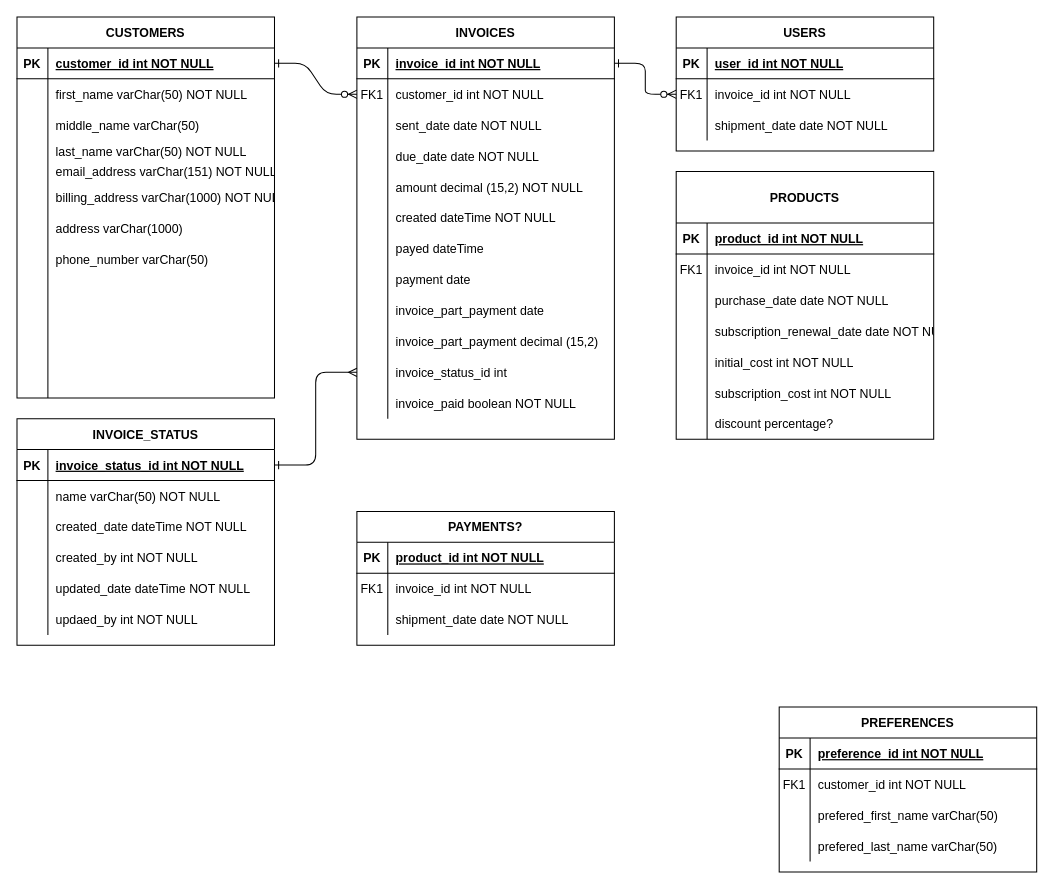
The draw.io diagram Untitled Diagram.drawio in alexei-garrow/hey-about-that, before the edit. Source tidied: cells renumbered, new cells numbered last; positions are measured from the earlier drawing's top-left corner, leaving out a move shared by most shapes. Both pictures are drawn from the tidied source at 103%, with x=0, y=0 at pixel (16, 16).
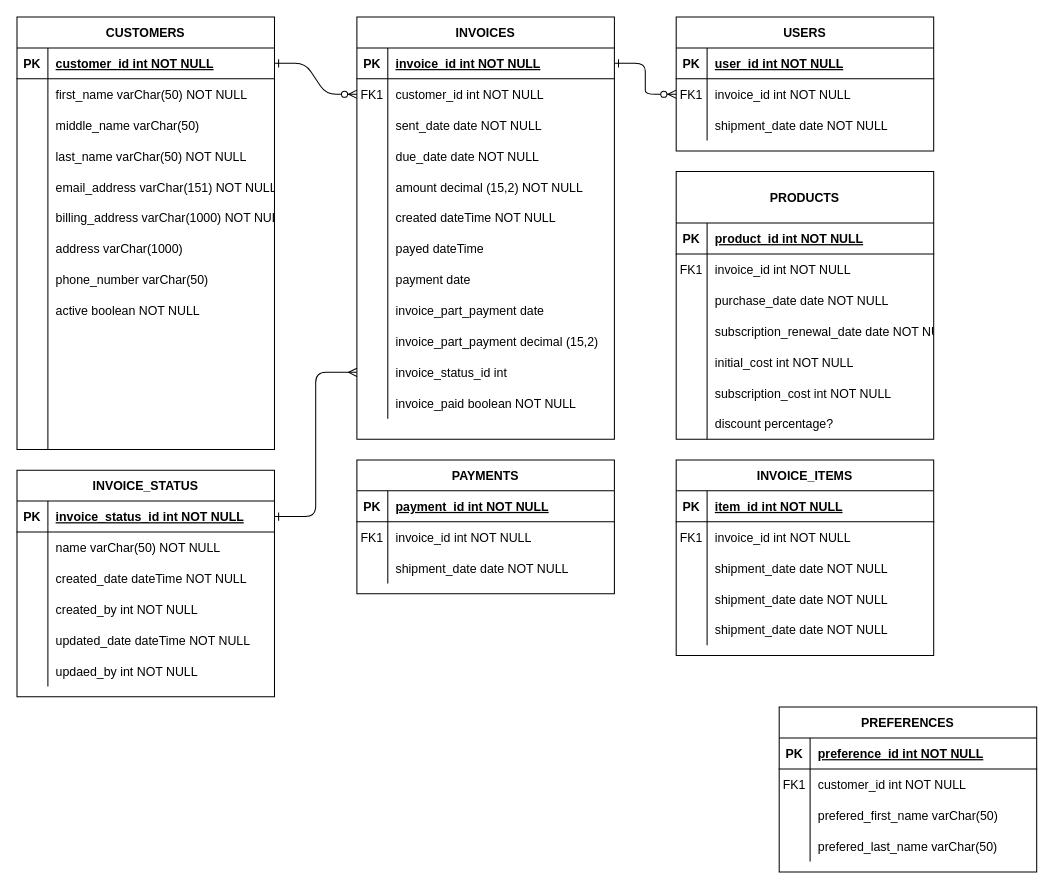
The same page after the edit.

The change refers to these unchanged cells:
```xml
<mxCell id="111" style="shape=partialRectangle;fillColor=none;top=0;left=0;right=0;bottom=1;" parent="110" vertex="1">
  <mxGeometry y="30" width="250" height="30" as="geometry" />
</mxCell>
```

What changed in the source:
```diff
@@
     <mxCell id="51" value="CUSTOMERS" style="shape=table;startSize=30;childLayout=tableLayout;rowLines=0;fontStyle=1;align=center;" parent="1" vertex="1">
-      <mxGeometry width="250" height="370" as="geometry" />
+      <mxGeometry width="250" height="420" as="geometry" />
     </mxCell>
@@
     <mxCell id="61" style="shape=partialRectangle;fillColor=none;top=0;left=0;right=0;bottom=0;" parent="51" vertex="1">
-      <mxGeometry y="120" width="250" height="20" as="geometry" />
+      <mxGeometry y="120" width="250" height="30" as="geometry" />
     </mxCell>
     <mxCell id="62" style="shape=partialRectangle;overflow=hidden;fillColor=none;top=0;left=0;bottom=0;right=0;" parent="61" vertex="1">
-      <mxGeometry width="30" height="20" as="geometry" />
+      <mxGeometry width="30" height="30" as="geometry" />
     </mxCell>
     <mxCell id="63" value="last_name varChar(50) NOT NULL" style="shape=partialRectangle;overflow=hidden;fillColor=none;top=0;left=0;bottom=0;right=0;align=left;spacingLeft=6;" parent="61" vertex="1">
-      <mxGeometry x="30" width="220" height="20" as="geometry" />
+      <mxGeometry x="30" width="220" height="30" as="geometry" />
     </mxCell>
     <mxCell id="64" style="shape=partialRectangle;fillColor=none;top=0;left=0;right=0;bottom=0;" parent="51" vertex="1">
-      <mxGeometry y="140" width="250" height="20" as="geometry" />
+      <mxGeometry y="150" width="250" height="30" as="geometry" />
     </mxCell>
     <mxCell id="65" style="shape=partialRectangle;overflow=hidden;fillColor=none;top=0;left=0;bottom=0;right=0;" parent="64" vertex="1">
-      <mxGeometry width="30" height="20" as="geometry" />
+      <mxGeometry width="30" height="30" as="geometry" />
     </mxCell>
     <mxCell id="66" value="email_address varChar(151) NOT NULL" style="shape=partialRectangle;overflow=hidden;fillColor=none;top=0;left=0;bottom=0;right=0;align=left;spacingLeft=6;" parent="64" vertex="1">
-      <mxGeometry x="30" width="220" height="20" as="geometry" />
+      <mxGeometry x="30" width="220" height="30" as="geometry" />
     </mxCell>
     <mxCell id="67" style="shape=partialRectangle;fillColor=none;top=0;left=0;right=0;bottom=0;" parent="51" vertex="1">
-      <mxGeometry y="160" width="250" height="30" as="geometry" />
+      <mxGeometry y="180" width="250" height="30" as="geometry" />
     </mxCell>
@@
     <mxCell id="70" style="shape=partialRectangle;fillColor=none;top=0;left=0;right=0;bottom=0;" parent="51" vertex="1">
-      <mxGeometry y="190" width="250" height="30" as="geometry" />
+      <mxGeometry y="210" width="250" height="30" as="geometry" />
     </mxCell>
@@
     <mxCell id="73" style="shape=partialRectangle;fillColor=none;top=0;left=0;right=0;bottom=0;" parent="51" vertex="1">
-      <mxGeometry y="220" width="250" height="30" as="geometry" />
+      <mxGeometry y="240" width="250" height="30" as="geometry" />
     </mxCell>
@@
+    <mxCell id="153" style="shape=partialRectangle;fillColor=none;top=0;left=0;right=0;bottom=0;" parent="51" vertex="1">
+      <mxGeometry y="270" width="250" height="30" as="geometry" />
+    </mxCell>
+    <mxCell id="154" style="shape=partialRectangle;overflow=hidden;fillColor=none;top=0;left=0;bottom=0;right=0;" parent="153" vertex="1">
+      <mxGeometry width="30" height="30" as="geometry" />
+    </mxCell>
+    <mxCell id="155" value="active boolean NOT NULL " style="shape=partialRectangle;overflow=hidden;fillColor=none;top=0;left=0;bottom=0;right=0;align=left;spacingLeft=6;" parent="153" vertex="1">
+      <mxGeometry x="30" width="220" height="30" as="geometry" />
+    </mxCell>
     <mxCell id="76" style="shape=partialRectangle;fillColor=none;top=0;left=0;right=0;bottom=0;" parent="51" vertex="1">
-      <mxGeometry y="250" width="250" height="30" as="geometry" />
+      <mxGeometry y="300" width="250" height="30" as="geometry" />
     </mxCell>
@@
     <mxCell id="79" style="shape=partialRectangle;fillColor=none;top=0;left=0;right=0;bottom=0;" parent="51" vertex="1">
-      <mxGeometry y="280" width="250" height="30" as="geometry" />
+      <mxGeometry y="330" width="250" height="30" as="geometry" />
     </mxCell>
@@
     <mxCell id="82" style="shape=partialRectangle;fillColor=none;top=0;left=0;right=0;bottom=0;" parent="51" vertex="1">
-      <mxGeometry y="310" width="250" height="30" as="geometry" />
+      <mxGeometry y="360" width="250" height="30" as="geometry" />
     </mxCell>
@@
     <mxCell id="85" style="shape=partialRectangle;fillColor=none;top=0;left=0;right=0;bottom=0;" parent="51" vertex="1">
-      <mxGeometry y="340" width="250" height="30" as="geometry" />
+      <mxGeometry y="390" width="250" height="30" as="geometry" />
     </mxCell>
@@
-    <mxCell id="110" value="PAYMENTS?" style="shape=table;startSize=30;childLayout=tableLayout;rowLines=0;fontStyle=1;align=center;" parent="1" vertex="1">
-      <mxGeometry x="330" y="480" width="250" height="130" as="geometry" />
+    <mxCell id="110" value="PAYMENTS" style="shape=table;startSize=30;childLayout=tableLayout;rowLines=0;fontStyle=1;align=center;" parent="1" vertex="1">
+      <mxGeometry x="330" y="430" width="250" height="130" as="geometry" />
     </mxCell>
@@
-    <mxCell id="113" value="product_id int NOT NULL " style="shape=partialRectangle;overflow=hidden;fillColor=none;top=0;left=0;bottom=0;right=0;align=left;spacingLeft=6;fontStyle=5;" parent="111" vertex="1">
+    <mxCell id="113" value="payment_id int NOT NULL " style="shape=partialRectangle;overflow=hidden;fillColor=none;top=0;left=0;bottom=0;right=0;align=left;spacingLeft=6;fontStyle=5;" parent="111" vertex="1">
       <mxGeometry x="30" width="220" height="30" as="geometry" />
     </mxCell>
@@
     <mxCell id="133" value="INVOICE_STATUS" style="shape=table;startSize=30;childLayout=tableLayout;rowLines=0;fontStyle=1;align=center;" parent="1" vertex="1">
-      <mxGeometry y="390" width="250" height="220" as="geometry" />
+      <mxGeometry y="440" width="250" height="220" as="geometry" />
     </mxCell>
@@
+    <mxCell id="156" value="INVOICE_ITEMS" style="shape=table;startSize=30;childLayout=tableLayout;rowLines=0;fontStyle=1;align=center;" parent="1" vertex="1">
+      <mxGeometry x="640" y="430" width="250" height="190" as="geometry" />
+    </mxCell>
+    <mxCell id="157" style="shape=partialRectangle;fillColor=none;top=0;left=0;right=0;bottom=1;" parent="156" vertex="1">
+      <mxGeometry y="30" width="250" height="30" as="geometry" />
+    </mxCell>
+    <mxCell id="158" value="PK" style="shape=partialRectangle;overflow=hidden;fillColor=none;top=0;left=0;bottom=0;right=0;fontStyle=1;" parent="157" vertex="1">
+      <mxGeometry width="30" height="30" as="geometry" />
+    </mxCell>
+    <mxCell id="159" value="item_id int NOT NULL " style="shape=partialRectangle;overflow=hidden;fillColor=none;top=0;left=0;bottom=0;right=0;align=left;spacingLeft=6;fontStyle=5;" parent="157" vertex="1">
+      <mxGeometry x="30" width="220" height="30" as="geometry" />
+    </mxCell>
+    <mxCell id="160" style="shape=partialRectangle;fillColor=none;top=0;left=0;right=0;bottom=0;" parent="156" vertex="1">
+      <mxGeometry y="60" width="250" height="30" as="geometry" />
+    </mxCell>
+    <mxCell id="161" value="FK1" style="shape=partialRectangle;overflow=hidden;fillColor=none;top=0;left=0;bottom=0;right=0;" parent="160" vertex="1">
+      <mxGeometry width="30" height="30" as="geometry" />
+    </mxCell>
+    <mxCell id="162" value="invoice_id int NOT NULL" style="shape=partialRectangle;overflow=hidden;fillColor=none;top=0;left=0;bottom=0;right=0;align=left;spacingLeft=6;" parent="160" vertex="1">
+      <mxGeometry x="30" width="220" height="30" as="geometry" />
+    </mxCell>
+    <mxCell id="163" style="shape=partialRectangle;fillColor=none;top=0;left=0;right=0;bottom=0;" parent="156" vertex="1">
+      <mxGeometry y="90" width="250" height="30" as="geometry" />
+    </mxCell>
+    <mxCell id="164" style="shape=partialRectangle;overflow=hidden;fillColor=none;top=0;left=0;bottom=0;right=0;" parent="163" vertex="1">
+      <mxGeometry width="30" height="30" as="geometry" />
+    </mxCell>
+    <mxCell id="165" value="shipment_date date NOT NULL" style="shape=partialRectangle;overflow=hidden;fillColor=none;top=0;left=0;bottom=0;right=0;align=left;spacingLeft=6;" parent="163" vertex="1">
+      <mxGeometry x="30" width="220" height="30" as="geometry" />
+    </mxCell>
+    <mxCell id="166" style="shape=partialRectangle;fillColor=none;top=0;left=0;right=0;bottom=0;" parent="156" vertex="1">
+      <mxGeometry y="120" width="250" height="30" as="geometry" />
+    </mxCell>
+    <mxCell id="167" style="shape=partialRectangle;overflow=hidden;fillColor=none;top=0;left=0;bottom=0;right=0;" parent="166" vertex="1">
+      <mxGeometry width="30" height="30" as="geometry" />
+    </mxCell>
+    <mxCell id="168" value="shipment_date date NOT NULL" style="shape=partialRectangle;overflow=hidden;fillColor=none;top=0;left=0;bottom=0;right=0;align=left;spacingLeft=6;" parent="166" vertex="1">
+      <mxGeometry x="30" width="220" height="30" as="geometry" />
+    </mxCell>
+    <mxCell id="169" style="shape=partialRectangle;fillColor=none;top=0;left=0;right=0;bottom=0;" parent="156" vertex="1">
+      <mxGeometry y="150" width="250" height="30" as="geometry" />
+    </mxCell>
+    <mxCell id="170" style="shape=partialRectangle;overflow=hidden;fillColor=none;top=0;left=0;bottom=0;right=0;" parent="169" vertex="1">
+      <mxGeometry width="30" height="30" as="geometry" />
+    </mxCell>
+    <mxCell id="171" value="shipment_date date NOT NULL" style="shape=partialRectangle;overflow=hidden;fillColor=none;top=0;left=0;bottom=0;right=0;align=left;spacingLeft=6;" parent="169" vertex="1">
+      <mxGeometry x="30" width="220" height="30" as="geometry" />
+    </mxCell>
```
